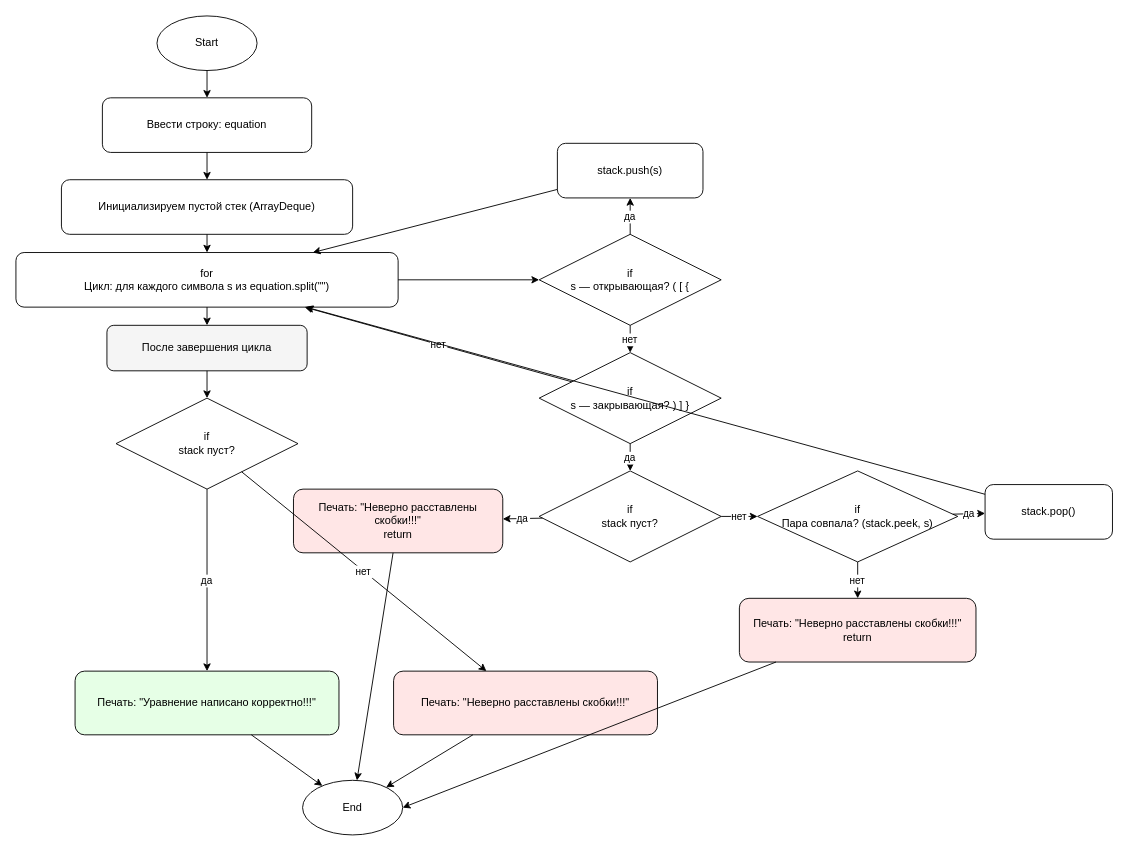
The draw.io diagram docs/diagrams/brackets.drawio in AntonKhliebnikov/Algorithms, before the edit. Source tidied: cells renumbered, new cells numbered last; positions are measured from the earlier drawing's top-left corner, leaving out a move shared by most shapes. Both pictures are drawn from the tidied source at 91%, with x=0, y=0 at pixel (15, 15).
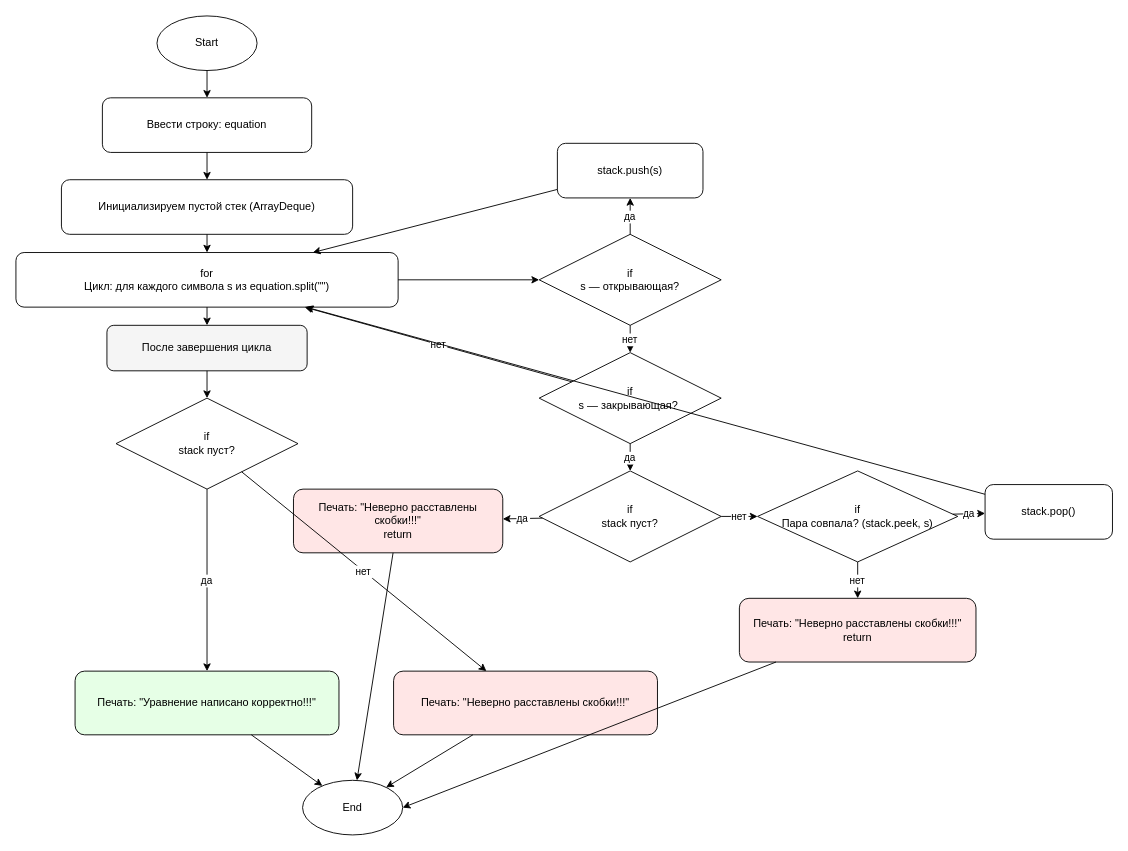
Above is the later version.

Commit message (it also covers changes not shown here):
Added support for BigDecimal, Number, Enum, Array, Collection, and Map conversion to MyJsonConverter. Edited the JSON converter flowchart.

What changed in the source:
```diff
@@
-    <mxCell id="6" value="if&lt;div&gt;s — открывающая?  ( [ {&lt;/div&gt;" style="rhombus;whiteSpace=wrap;html=1;" parent="1" vertex="1">
+    <mxCell id="6" value="if&lt;div&gt;s — открывающая?&lt;/div&gt;" style="rhombus;whiteSpace=wrap;html=1;" parent="1" vertex="1">
       <mxGeometry x="575" y="240" width="200" height="100" as="geometry" />
     </mxCell>
@@
-    <mxCell id="8" value="if&lt;div&gt;s — закрывающая?  ) ] }&lt;/div&gt;" style="rhombus;whiteSpace=wrap;html=1;" parent="1" vertex="1">
+    <mxCell id="8" value="if&lt;div&gt;s — закрывающая?&amp;nbsp;&lt;/div&gt;" style="rhombus;whiteSpace=wrap;html=1;" parent="1" vertex="1">
       <mxGeometry x="575" y="370" width="200" height="100" as="geometry" />
     </mxCell>
```
